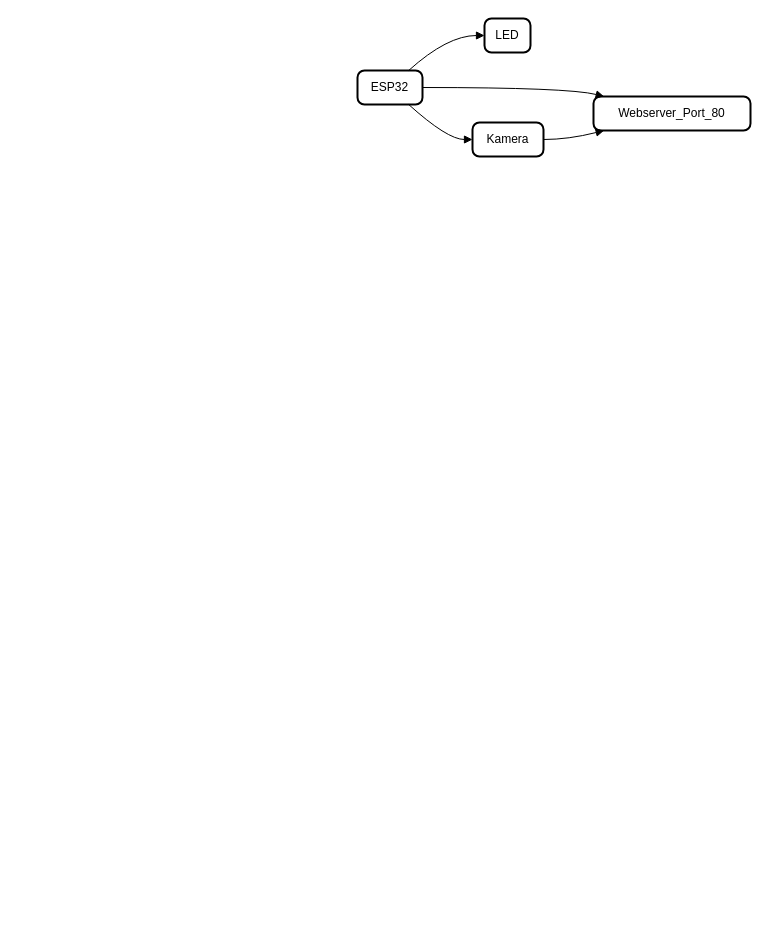
The draw.io diagram KomponentenDiagrammESP32.drawio in AlexanderRoempke/drawings, before the edit. Source tidied: cells renumbered, new cells numbered last; positions are measured from the earlier drawing's top-left corner, leaving out a move shared by most shapes. Both pictures are drawn from the tidied source at 100%, with x=0, y=0 at pixel (357, 18).
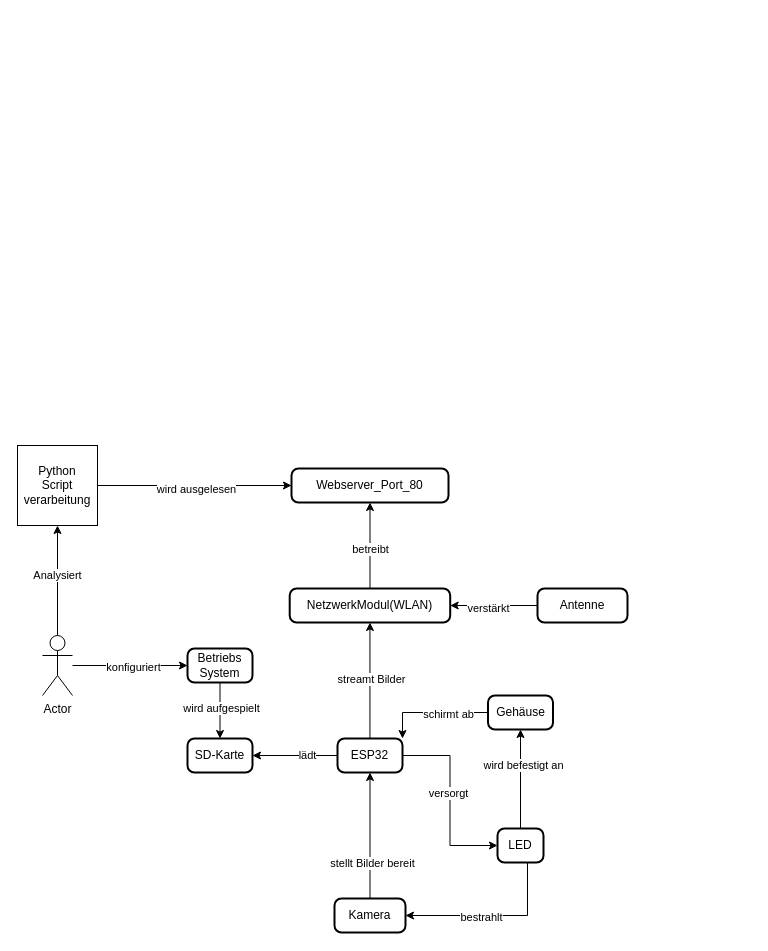
The same page after the edit.

Diff of the diagram source:
```diff
@@
+    <mxCell id="10" style="edgeStyle=orthogonalEdgeStyle;rounded=0;jettySize=auto;html=1;entryX=0.5;entryY=1;entryDx=0;entryDy=0;" parent="1" edge="1" source="2" target="35">
+      <mxGeometry relative="1" as="geometry" />
+    </mxCell>
+    <mxCell id="11" value="streamt Bilder" style="edgeLabel;html=1;align=center;verticalAlign=middle;" parent="10" vertex="1">
+      <mxGeometry x="0.04" y="-1" relative="1" as="geometry" />
+    </mxCell>
+    <mxCell id="12" style="edgeStyle=orthogonalEdgeStyle;rounded=0;jettySize=auto;html=1;entryX=1;entryY=0.5;entryDx=0;entryDy=0;exitX=0;exitY=0.5;exitDx=0;exitDy=0;" parent="1" edge="1" source="2" target="21">
+      <mxGeometry relative="1" as="geometry" />
+    </mxCell>
+    <mxCell id="13" value="lädt" style="edgeLabel;html=1;align=center;verticalAlign=middle;" parent="12" vertex="1">
+      <mxGeometry x="-0.27" y="-1" relative="1" as="geometry" />
+    </mxCell>
+    <mxCell id="6" style="edgeStyle=orthogonalEdgeStyle;rounded=0;jettySize=auto;html=1;entryX=0;entryY=0.5;entryDx=0;entryDy=0;" parent="1" edge="1" source="2" target="3">
+      <mxGeometry relative="1" as="geometry" />
+    </mxCell>
+    <mxCell id="14" value="versorgt" style="edgeLabel;html=1;align=center;verticalAlign=middle;" parent="6" vertex="1">
+      <mxGeometry x="-0.08" y="-2" relative="1" as="geometry" />
+    </mxCell>
     <mxCell id="2" value="ESP32" style="rounded=1;absoluteArcSize=1;arcSize=14;whiteSpace=wrap;strokeWidth=2;" parent="1" vertex="1">
-      <mxGeometry y="52" width="65" height="34" as="geometry" />
+      <mxGeometry x="-20" y="720" width="65" height="34" as="geometry" />
     </mxCell>
+    <mxCell id="15" style="edgeStyle=orthogonalEdgeStyle;rounded=0;jettySize=auto;html=1;entryX=0.5;entryY=1;entryDx=0;entryDy=0;" parent="1" edge="1" source="3" target="41">
+      <mxGeometry relative="1" as="geometry" />
+    </mxCell>
+    <mxCell id="16" value="wird befestigt an" style="edgeLabel;html=1;align=center;verticalAlign=middle;" parent="15" vertex="1">
+      <mxGeometry x="0.29" y="-2" relative="1" as="geometry" />
+    </mxCell>
+    <mxCell id="17" style="edgeStyle=orthogonalEdgeStyle;rounded=0;jettySize=auto;html=1;entryX=1;entryY=0.5;entryDx=0;entryDy=0;" parent="1" edge="1" source="3" target="4">
+      <mxGeometry relative="1" as="geometry">
+        <Array as="points">
+          <mxPoint x="170" y="897" />
+        </Array>
+      </mxGeometry>
+    </mxCell>
+    <mxCell id="18" value="bestrahlt" style="edgeLabel;html=1;align=center;verticalAlign=middle;" parent="17" vertex="1">
+      <mxGeometry x="0.14" y="1" relative="1" as="geometry" />
+    </mxCell>
     <mxCell id="3" value="LED" style="rounded=1;absoluteArcSize=1;arcSize=14;whiteSpace=wrap;strokeWidth=2;" parent="1" vertex="1">
-      <mxGeometry x="127" width="46" height="34" as="geometry" />
+      <mxGeometry x="140" y="810" width="46" height="34" as="geometry" />
     </mxCell>
+    <mxCell id="19" style="edgeStyle=orthogonalEdgeStyle;rounded=0;jettySize=auto;html=1;entryX=0.5;entryY=1;entryDx=0;entryDy=0;" parent="1" edge="1" source="4" target="2">
+      <mxGeometry relative="1" as="geometry" />
+    </mxCell>
+    <mxCell id="20" value="stellt Bilder bereit" style="edgeLabel;html=1;align=center;verticalAlign=middle;" parent="19" vertex="1">
+      <mxGeometry x="-0.43" y="-2" relative="1" as="geometry" />
+    </mxCell>
     <mxCell id="4" value="Kamera" style="rounded=1;absoluteArcSize=1;arcSize=14;whiteSpace=wrap;strokeWidth=2;" parent="1" vertex="1">
-      <mxGeometry x="115" y="104" width="71" height="34" as="geometry" />
+      <mxGeometry x="-23" y="880" width="71" height="34" as="geometry" />
     </mxCell>
     <mxCell id="5" value="Webserver_Port_80" style="rounded=1;absoluteArcSize=1;arcSize=14;whiteSpace=wrap;strokeWidth=2;" parent="1" vertex="1">
-      <mxGeometry x="236" y="78" width="157" height="34" as="geometry" />
+      <mxGeometry x="-66" y="450" width="157" height="34" as="geometry" />
     </mxCell>
-    <mxCell id="6" style="curved=1;startArrow=none;endArrow=block;exitX=0.7871597944632085;exitY=0;entryX=0.0056159807288128395;entryY=0.5;" parent="1" edge="1" source="2" target="3">
-      <mxGeometry relative="1" as="geometry">
-        <Array as="points">
-          <mxPoint x="90" y="17" />
-        </Array>
-      </mxGeometry>
-    </mxCell>
-    <mxCell id="7" style="curved=1;startArrow=none;endArrow=block;exitX=0.7871597944632085;exitY=1;entryX=-0.0028168584259463027;entryY=0.5;" parent="1" edge="1" source="2" target="4">
-      <mxGeometry relative="1" as="geometry">
-        <Array as="points">
-          <mxPoint x="90" y="121" />
-        </Array>
-      </mxGeometry>
-    </mxCell>
-    <mxCell id="8" style="curved=1;startArrow=none;endArrow=block;exitX=0.9969231238731971;exitY=0.5;entryX=0.0679364930993491;entryY=0;" parent="1" edge="1" source="2" target="5">
-      <mxGeometry relative="1" as="geometry">
-        <Array as="points">
-          <mxPoint x="211" y="69" />
-        </Array>
-      </mxGeometry>
-    </mxCell>
-    <mxCell id="9" style="curved=1;startArrow=none;endArrow=block;exitX=0.9976526179783781;exitY=0.5;entryX=0.0679364930993491;entryY=1;" parent="1" edge="1" source="4" target="5">
-      <mxGeometry relative="1" as="geometry">
-        <Array as="points">
-          <mxPoint x="211" y="121" />
-        </Array>
-      </mxGeometry>
-    </mxCell>
+    <mxCell id="21" value="SD-Karte" style="rounded=1;absoluteArcSize=1;arcSize=14;whiteSpace=wrap;strokeWidth=2;" parent="1" vertex="1">
+      <mxGeometry x="-170" y="720" width="65" height="34" as="geometry" />
+    </mxCell>
+    <mxCell id="22" style="edgeStyle=orthogonalEdgeStyle;rounded=0;jettySize=auto;html=1;" parent="1" edge="1" source="24" target="21">
+      <mxGeometry relative="1" as="geometry" />
+    </mxCell>
+    <mxCell id="23" value="wird aufgespielt" style="edgeLabel;html=1;align=center;verticalAlign=middle;" parent="22" vertex="1">
+      <mxGeometry x="-0.09" y="1" relative="1" as="geometry" />
+    </mxCell>
+    <mxCell id="24" value="Betriebs System" style="rounded=1;absoluteArcSize=1;arcSize=14;whiteSpace=wrap;strokeWidth=2;" parent="1" vertex="1">
+      <mxGeometry x="-170" y="630" width="65" height="34" as="geometry" />
+    </mxCell>
+    <mxCell id="25" style="edgeStyle=orthogonalEdgeStyle;rounded=0;jettySize=auto;html=1;" parent="1" edge="1" source="29" target="32">
+      <mxGeometry relative="1" as="geometry" />
+    </mxCell>
+    <mxCell id="26" value="Analysiert" style="edgeLabel;html=1;align=center;verticalAlign=middle;" parent="25" vertex="1">
+      <mxGeometry x="0.1" y="1" relative="1" as="geometry" />
+    </mxCell>
+    <mxCell id="27" style="edgeStyle=orthogonalEdgeStyle;rounded=0;jettySize=auto;html=1;entryX=0;entryY=0.5;entryDx=0;entryDy=0;" parent="1" edge="1" source="29" target="24">
+      <mxGeometry relative="1" as="geometry" />
+    </mxCell>
+    <mxCell id="28" value="konfiguriert" style="edgeLabel;html=1;align=center;verticalAlign=middle;" parent="27" vertex="1">
+      <mxGeometry x="0.04" y="-1" relative="1" as="geometry" />
+    </mxCell>
+    <mxCell id="29" value="Actor" style="shape=umlActor;verticalLabelPosition=bottom;verticalAlign=top;html=1;outlineConnect=0;" parent="1" vertex="1">
+      <mxGeometry x="-315" y="617" width="30" height="60" as="geometry" />
+    </mxCell>
+    <mxCell id="30" style="edgeStyle=orthogonalEdgeStyle;rounded=0;jettySize=auto;html=1;entryX=0;entryY=0.5;entryDx=0;entryDy=0;" parent="1" edge="1" source="32" target="5">
+      <mxGeometry relative="1" as="geometry" />
+    </mxCell>
+    <mxCell id="31" value="wird ausgelesen" style="edgeLabel;html=1;align=center;verticalAlign=middle;" parent="30" vertex="1">
+      <mxGeometry x="0.01" y="-3" relative="1" as="geometry" />
+    </mxCell>
+    <mxCell id="32" value="Python&lt;br&gt;Script&lt;br&gt;verarbeitung" style="whiteSpace=wrap;html=1;" parent="1" vertex="1">
+      <mxGeometry x="-340" y="427" width="80" height="80" as="geometry" />
+    </mxCell>
+    <mxCell id="33" style="edgeStyle=orthogonalEdgeStyle;rounded=0;jettySize=auto;html=1;entryX=0.5;entryY=1;entryDx=0;entryDy=0;" parent="1" edge="1" source="35" target="5">
+      <mxGeometry relative="1" as="geometry" />
+    </mxCell>
+    <mxCell id="34" value="betreibt" style="edgeLabel;html=1;align=center;verticalAlign=middle;" parent="33" vertex="1">
+      <mxGeometry x="-0.07" relative="1" as="geometry" />
+    </mxCell>
+    <mxCell id="35" value="NetzwerkModul(WLAN)" style="rounded=1;absoluteArcSize=1;arcSize=14;whiteSpace=wrap;strokeWidth=2;" parent="1" vertex="1">
+      <mxGeometry x="-67.8" y="570" width="160.5" height="34" as="geometry" />
+    </mxCell>
+    <mxCell id="36" style="edgeStyle=orthogonalEdgeStyle;rounded=0;jettySize=auto;html=1;entryX=1;entryY=0.5;entryDx=0;entryDy=0;" parent="1" edge="1" source="38" target="35">
+      <mxGeometry relative="1" as="geometry" />
+    </mxCell>
+    <mxCell id="37" value="verstärkt" style="edgeLabel;html=1;align=center;verticalAlign=middle;" parent="36" vertex="1">
+      <mxGeometry x="0.14" y="2" relative="1" as="geometry" />
+    </mxCell>
+    <mxCell id="38" value="Antenne" style="rounded=1;absoluteArcSize=1;arcSize=14;whiteSpace=wrap;strokeWidth=2;" parent="1" vertex="1">
+      <mxGeometry x="180" y="570" width="90" height="34" as="geometry" />
+    </mxCell>
+    <mxCell id="39" style="edgeStyle=orthogonalEdgeStyle;rounded=0;jettySize=auto;html=1;entryX=1;entryY=0;entryDx=0;entryDy=0;" parent="1" edge="1" source="41" target="2">
+      <mxGeometry relative="1" as="geometry" />
+    </mxCell>
+    <mxCell id="40" value="schirmt ab" style="edgeLabel;html=1;align=center;verticalAlign=middle;" parent="39" vertex="1">
+      <mxGeometry x="-0.29" y="1" relative="1" as="geometry" />
+    </mxCell>
+    <mxCell id="41" value="Gehäuse" style="rounded=1;absoluteArcSize=1;arcSize=14;whiteSpace=wrap;strokeWidth=2;" parent="1" vertex="1">
+      <mxGeometry x="130.5" y="677" width="65" height="34" as="geometry" />
+    </mxCell>
```
